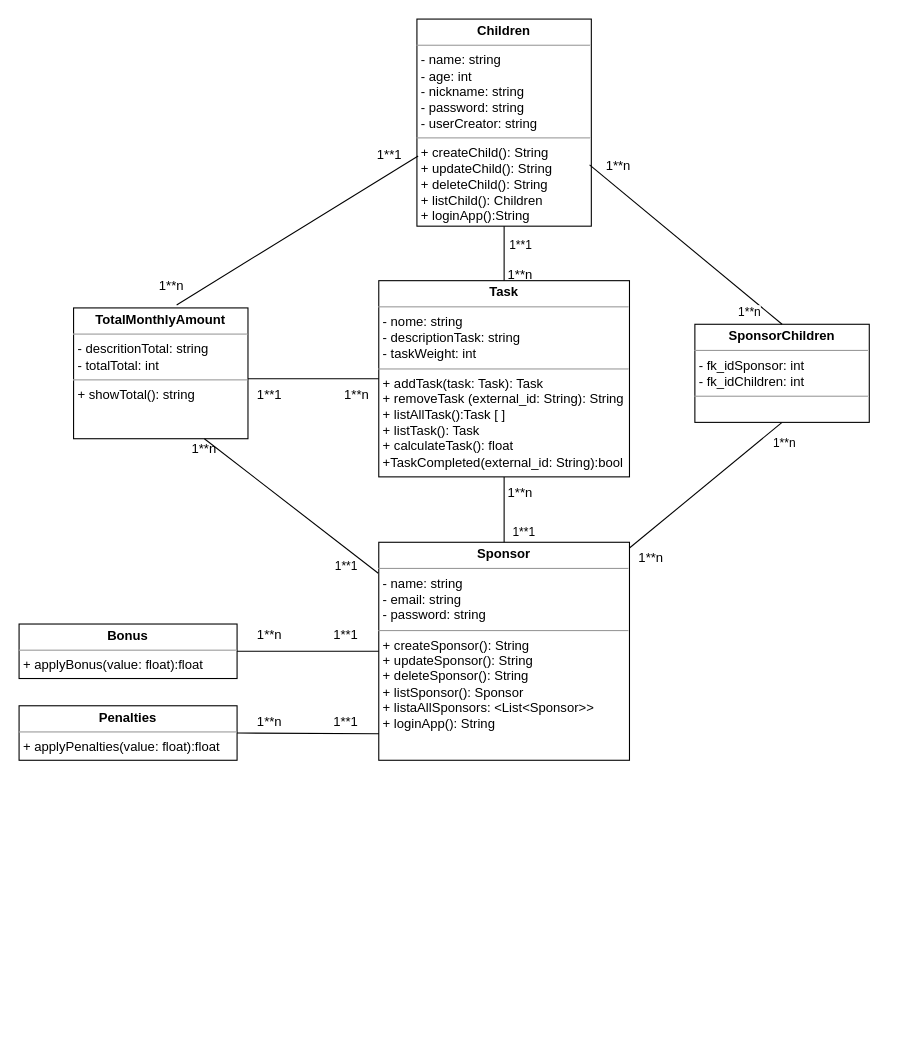
This is diagrama-de-classes/diagrama-de-classes.drawio from Matheus-Juliao/Projeto-Modelagem-De-Sistemas, a draw.io file, before an edit. Source tidied: cells renumbered, new cells numbered last; positions are measured from the earlier drawing's top-left corner, leaving out a move shared by most shapes. Both pictures are drawn from the tidied source at 109%, with x=0, y=0 at pixel (19, 19).
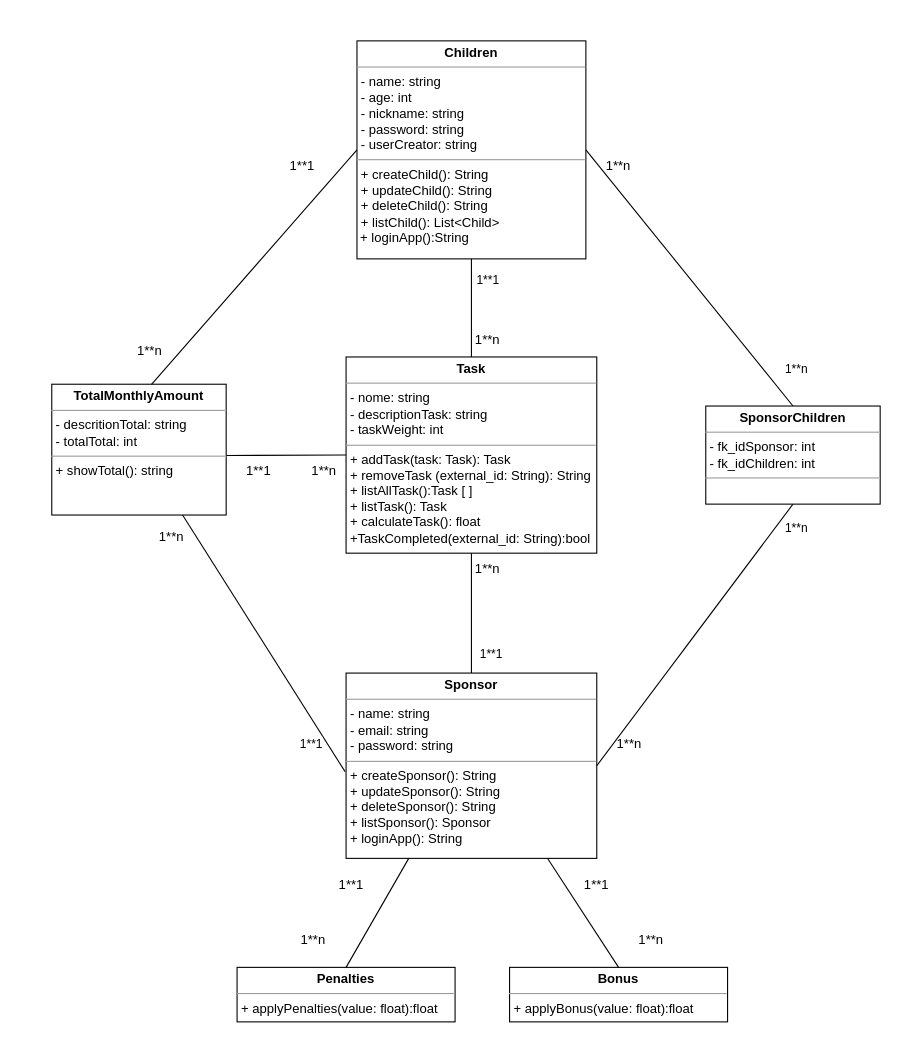
Above is the later version.

Commit message (it also covers changes not shown here):
Create Child methods

Change to the diagram source:
```diff
@@
-    <mxCell id="2" value="&lt;p style=&quot;margin:0px;margin-top:4px;text-align:center;&quot;&gt;&lt;b&gt;Sponsor&lt;/b&gt;&lt;/p&gt;&lt;hr size=&quot;1&quot;&gt;&lt;p style=&quot;margin:0px;margin-left:4px;&quot;&gt;&lt;span style=&quot;background-color: initial;&quot;&gt;- name: string&lt;/span&gt;&lt;br&gt;&lt;/p&gt;&lt;p style=&quot;margin:0px;margin-left:4px;&quot;&gt;- email: string&lt;/p&gt;&lt;p style=&quot;margin:0px;margin-left:4px;&quot;&gt;- password: string&lt;/p&gt;&lt;hr size=&quot;1&quot;&gt;&lt;p style=&quot;border-color: var(--border-color); margin: 0px 0px 0px 4px;&quot;&gt;+ createSponsor(): String&lt;/p&gt;&lt;p style=&quot;border-color: var(--border-color); margin: 0px 0px 0px 4px;&quot;&gt;+ updateSponsor(): String&lt;br style=&quot;border-color: var(--border-color);&quot;&gt;&lt;/p&gt;&lt;p style=&quot;border-color: var(--border-color); margin: 0px 0px 0px 4px;&quot;&gt;+ deleteSponsor(): String&lt;/p&gt;&lt;p style=&quot;border-color: var(--border-color); margin: 0px 0px 0px 4px;&quot;&gt;+ listSponsor(): Sponsor&lt;/p&gt;&lt;p style=&quot;border-color: var(--border-color); margin: 0px 0px 0px 4px;&quot;&gt;+ listaAllSponsors: &amp;lt;List&amp;lt;Sponsor&amp;gt;&amp;gt;&lt;/p&gt;&lt;p style=&quot;margin:0px;margin-left:4px;&quot;&gt;+ loginApp(): String&lt;/p&gt;" style="verticalAlign=top;align=left;overflow=fill;fontSize=12;fontFamily=Helvetica;html=1;whiteSpace=wrap;" parent="1" vertex="1">
-      <mxGeometry x="330" y="480" width="230" height="200" as="geometry" />
+    <mxCell id="2" value="&lt;p style=&quot;margin:0px;margin-top:4px;text-align:center;&quot;&gt;&lt;b&gt;Sponsor&lt;/b&gt;&lt;/p&gt;&lt;hr size=&quot;1&quot;&gt;&lt;p style=&quot;margin:0px;margin-left:4px;&quot;&gt;&lt;span style=&quot;background-color: initial;&quot;&gt;- name: string&lt;/span&gt;&lt;br&gt;&lt;/p&gt;&lt;p style=&quot;margin:0px;margin-left:4px;&quot;&gt;- email: string&lt;/p&gt;&lt;p style=&quot;margin:0px;margin-left:4px;&quot;&gt;- password: string&lt;/p&gt;&lt;hr size=&quot;1&quot;&gt;&lt;p style=&quot;border-color: var(--border-color); margin: 0px 0px 0px 4px;&quot;&gt;+ createSponsor(): String&lt;/p&gt;&lt;p style=&quot;border-color: var(--border-color); margin: 0px 0px 0px 4px;&quot;&gt;+ updateSponsor(): String&lt;br style=&quot;border-color: var(--border-color);&quot;&gt;&lt;/p&gt;&lt;p style=&quot;border-color: var(--border-color); margin: 0px 0px 0px 4px;&quot;&gt;+ deleteSponsor(): String&lt;/p&gt;&lt;p style=&quot;border-color: var(--border-color); margin: 0px 0px 0px 4px;&quot;&gt;+ listSponsor(): Sponsor&lt;/p&gt;&lt;p style=&quot;margin:0px;margin-left:4px;&quot;&gt;+ loginApp(): String&lt;/p&gt;" style="verticalAlign=top;align=left;overflow=fill;fontSize=12;fontFamily=Helvetica;html=1;whiteSpace=wrap;" parent="1" vertex="1">
+      <mxGeometry x="300" y="600" width="230" height="170" as="geometry" />
     </mxCell>
-    <mxCell id="3" value="&lt;p style=&quot;margin:0px;margin-top:4px;text-align:center;&quot;&gt;&lt;b&gt;Children&lt;/b&gt;&lt;/p&gt;&lt;hr size=&quot;1&quot;&gt;&lt;p style=&quot;margin:0px;margin-left:4px;&quot;&gt;&lt;span style=&quot;background-color: initial;&quot;&gt;- name: string&lt;/span&gt;&lt;br&gt;&lt;/p&gt;&lt;p style=&quot;margin:0px;margin-left:4px;&quot;&gt;- age: int&lt;/p&gt;&lt;p style=&quot;margin:0px;margin-left:4px;&quot;&gt;&lt;span style=&quot;background-color: initial;&quot;&gt;- nickname: string&lt;/span&gt;&lt;br&gt;&lt;/p&gt;&lt;p style=&quot;border-color: var(--border-color); margin: 0px 0px 0px 4px;&quot;&gt;- password: string&lt;/p&gt;&lt;p style=&quot;margin:0px;margin-left:4px;&quot;&gt;- userCreator: string&lt;/p&gt;&lt;hr size=&quot;1&quot;&gt;&lt;p style=&quot;margin:0px;margin-left:4px;&quot;&gt;+ createChild(): String&lt;/p&gt;&lt;p style=&quot;margin:0px;margin-left:4px;&quot;&gt;+ updateChild(): String&lt;br&gt;&lt;/p&gt;&lt;p style=&quot;margin:0px;margin-left:4px;&quot;&gt;+ deleteChild(): String&lt;/p&gt;&lt;p style=&quot;margin:0px;margin-left:4px;&quot;&gt;+ listChild(): Children&lt;/p&gt;&lt;p style=&quot;margin:0px;margin-left:4px;&quot;&gt;+ loginApp():String&lt;/p&gt;" style="verticalAlign=top;align=left;overflow=fill;fontSize=12;fontFamily=Helvetica;html=1;whiteSpace=wrap;" parent="1" vertex="1">
-      <mxGeometry x="365" width="160" height="190" as="geometry" />
+    <mxCell id="3" value="&lt;p style=&quot;margin:0px;margin-top:4px;text-align:center;&quot;&gt;&lt;b&gt;Children&lt;/b&gt;&lt;/p&gt;&lt;hr size=&quot;1&quot;&gt;&lt;p style=&quot;margin:0px;margin-left:4px;&quot;&gt;&lt;span style=&quot;background-color: initial;&quot;&gt;- name: string&lt;/span&gt;&lt;br&gt;&lt;/p&gt;&lt;p style=&quot;margin:0px;margin-left:4px;&quot;&gt;- age: int&lt;/p&gt;&lt;p style=&quot;margin:0px;margin-left:4px;&quot;&gt;&lt;span style=&quot;background-color: initial;&quot;&gt;- nickname: string&lt;/span&gt;&lt;br&gt;&lt;/p&gt;&lt;p style=&quot;border-color: var(--border-color); margin: 0px 0px 0px 4px;&quot;&gt;- password: string&lt;/p&gt;&lt;p style=&quot;margin:0px;margin-left:4px;&quot;&gt;- userCreator: string&lt;/p&gt;&lt;hr size=&quot;1&quot;&gt;&lt;p style=&quot;margin:0px;margin-left:4px;&quot;&gt;+ createChild(): String&lt;/p&gt;&lt;p style=&quot;margin:0px;margin-left:4px;&quot;&gt;+ updateChild(): String&lt;br&gt;&lt;/p&gt;&lt;p style=&quot;margin:0px;margin-left:4px;&quot;&gt;+ deleteChild(): String&lt;/p&gt;&lt;p style=&quot;margin:0px;margin-left:4px;&quot;&gt;+ listChild(): List&amp;lt;Child&amp;gt;&lt;/p&gt;&lt;span style=&quot;background-color: initial;&quot;&gt;&amp;nbsp;+ loginApp():String&lt;/span&gt;" style="verticalAlign=top;align=left;overflow=fill;fontSize=12;fontFamily=Helvetica;html=1;whiteSpace=wrap;" parent="1" vertex="1">
+      <mxGeometry x="310" y="20" width="210" height="200" as="geometry" />
     </mxCell>
     <mxCell id="4" value="&lt;p style=&quot;margin:0px;margin-top:4px;text-align:center;&quot;&gt;&lt;b&gt;Task&lt;/b&gt;&lt;/p&gt;&lt;hr size=&quot;1&quot;&gt;&lt;p style=&quot;margin:0px;margin-left:4px;&quot;&gt;- nome: string&lt;/p&gt;&lt;p style=&quot;margin:0px;margin-left:4px;&quot;&gt;- descriptionTask: string&lt;span style=&quot;background-color: initial;&quot;&gt;&lt;br&gt;&lt;/span&gt;&lt;/p&gt;&lt;p style=&quot;margin:0px;margin-left:4px;&quot;&gt;&lt;span style=&quot;background-color: initial;&quot;&gt;- taskWeight: int&lt;/span&gt;&lt;/p&gt;&lt;hr style=&quot;border-color: var(--border-color);&quot; size=&quot;1&quot;&gt;&lt;p style=&quot;border-color: var(--border-color); margin: 0px 0px 0px 4px;&quot;&gt;+ addTask(task: Task): Task&lt;/p&gt;&lt;p style=&quot;border-color: var(--border-color); margin: 0px 0px 0px 4px;&quot;&gt;+ removeTask (external_id: String): String&lt;/p&gt;&lt;p style=&quot;border-color: var(--border-color); margin: 0px 0px 0px 4px;&quot;&gt;+ listAllTask():Task [ ]&lt;/p&gt;&lt;p style=&quot;border-color: var(--border-color); margin: 0px 0px 0px 4px;&quot;&gt;+ listTask(): Task&lt;/p&gt;&lt;p style=&quot;border-color: var(--border-color); margin: 0px 0px 0px 4px;&quot;&gt;+ calculateTask(): float&lt;br&gt;&lt;/p&gt;&lt;p style=&quot;border-color: var(--border-color); margin: 0px 0px 0px 4px;&quot;&gt;+TaskCompleted(external_id: String):bool&lt;/p&gt;" style="verticalAlign=top;align=left;overflow=fill;fontSize=12;fontFamily=Helvetica;html=1;whiteSpace=wrap;" parent="1" vertex="1">
-      <mxGeometry x="330" y="240" width="230" height="180" as="geometry" />
+      <mxGeometry x="300" y="310" width="230" height="180" as="geometry" />
     </mxCell>
     <mxCell id="5" value="&lt;p style=&quot;margin:0px;margin-top:4px;text-align:center;&quot;&gt;&lt;b&gt;TotalMonthlyAmount&lt;/b&gt;&lt;br&gt;&lt;/p&gt;&lt;hr size=&quot;1&quot;&gt;&lt;p style=&quot;margin:0px;margin-left:4px;&quot;&gt;&lt;span style=&quot;background-color: initial;&quot;&gt;- descritionTotal: string&lt;/span&gt;&lt;br&gt;&lt;/p&gt;&lt;p style=&quot;margin:0px;margin-left:4px;&quot;&gt;- totalTotal: int&lt;/p&gt;&lt;hr size=&quot;1&quot;&gt;&lt;p style=&quot;margin:0px;margin-left:4px;&quot;&gt;+ showTotal(): string&lt;/p&gt;&lt;p style=&quot;margin:0px;margin-left:4px;&quot;&gt;&lt;br&gt;&lt;/p&gt;" style="verticalAlign=top;align=left;overflow=fill;fontSize=12;fontFamily=Helvetica;html=1;whiteSpace=wrap;" parent="1" vertex="1">
-      <mxGeometry x="50" y="265" width="160" height="120" as="geometry" />
+      <mxGeometry x="30" y="335" width="160" height="120" as="geometry" />
     </mxCell>
     <mxCell id="6" value="&lt;p style=&quot;border-color: var(--border-color); margin: 4px 0px 0px; text-align: center;&quot;&gt;&lt;b style=&quot;border-color: var(--border-color);&quot;&gt;Bonus&lt;/b&gt;&lt;/p&gt;&lt;hr style=&quot;border-color: var(--border-color);&quot; size=&quot;1&quot;&gt;&lt;p style=&quot;border-color: var(--border-color); margin: 0px 0px 0px 4px;&quot;&gt;+ applyBonus(value: float):float&lt;/p&gt;&lt;p style=&quot;border-color: var(--border-color); margin: 0px 0px 0px 4px;&quot;&gt;&lt;br style=&quot;border-color: var(--border-color);&quot;&gt;&lt;/p&gt;" style="verticalAlign=top;align=left;overflow=fill;fontSize=12;fontFamily=Helvetica;html=1;whiteSpace=wrap;" parent="1" vertex="1">
-      <mxGeometry y="555" width="200" height="50" as="geometry" />
+      <mxGeometry x="450" y="870" width="200" height="50" as="geometry" />
     </mxCell>
     <mxCell id="7" value="&lt;p style=&quot;margin:0px;margin-top:4px;text-align:center;&quot;&gt;&lt;b&gt;Penalties&lt;/b&gt;&lt;br&gt;&lt;/p&gt;&lt;hr size=&quot;1&quot;&gt;&lt;p style=&quot;margin:0px;margin-left:4px;&quot;&gt;&lt;/p&gt;&lt;p style=&quot;margin:0px;margin-left:4px;&quot;&gt;+ apply&lt;span style=&quot;border-color: var(--border-color); text-align: center;&quot;&gt;Penalties&lt;/span&gt;(value: float):float&lt;/p&gt;&lt;p style=&quot;margin:0px;margin-left:4px;&quot;&gt;&lt;br&gt;&lt;/p&gt;" style="verticalAlign=top;align=left;overflow=fill;fontSize=12;fontFamily=Helvetica;html=1;whiteSpace=wrap;" parent="1" vertex="1">
-      <mxGeometry y="630" width="200" height="50" as="geometry" />
+      <mxGeometry x="200" y="870" width="200" height="50" as="geometry" />
     </mxCell>
-    <mxCell id="8" value="1**n" style="endArrow=none;html=1;rounded=0;exitX=0.5;exitY=1;exitDx=0;exitDy=0;" parent="1" edge="1" source="9" target="2">
+    <mxCell id="8" value="1**n" style="endArrow=none;html=1;rounded=0;exitX=0.5;exitY=1;exitDx=0;exitDy=0;entryX=1;entryY=0.5;entryDx=0;entryDy=0;" parent="1" edge="1" source="9" target="2">
       <mxGeometry x="-0.89" y="16" relative="1" as="geometry" />
     </mxCell>
     <mxCell id="9" value="&lt;p style=&quot;margin:0px;margin-top:4px;text-align:center;&quot;&gt;&lt;b&gt;SponsorChildren&lt;/b&gt;&lt;/p&gt;&lt;hr size=&quot;1&quot;&gt;&lt;p style=&quot;margin:0px;margin-left:4px;&quot;&gt;&lt;span style=&quot;background-color: initial;&quot;&gt;- fk_idSponsor: int&lt;/span&gt;&lt;br&gt;&lt;/p&gt;&lt;p style=&quot;margin:0px;margin-left:4px;&quot;&gt;- fk_idChildren: int&lt;/p&gt;&lt;hr size=&quot;1&quot;&gt;&lt;p style=&quot;margin:0px;margin-left:4px;&quot;&gt;&lt;br&gt;&lt;/p&gt;" style="verticalAlign=top;align=left;overflow=fill;fontSize=12;fontFamily=Helvetica;html=1;whiteSpace=wrap;" parent="1" vertex="1">
-      <mxGeometry x="620" y="280" width="160" height="90" as="geometry" />
+      <mxGeometry x="630" y="355" width="160" height="90" as="geometry" />
     </mxCell>
-    <mxCell id="10" value="1**n" style="endArrow=none;html=1;rounded=0;entryX=0.5;entryY=0;entryDx=0;entryDy=0;exitX=0.99;exitY=0.704;exitDx=0;exitDy=0;exitPerimeter=0;" parent="1" edge="1" source="3" target="9">
-      <mxGeometry x="0.74" y="-11" relative="1" as="geometry" />
+    <mxCell id="10" value="1**n" style="endArrow=none;html=1;rounded=0;entryX=0.5;entryY=0;entryDx=0;entryDy=0;exitX=1;exitY=0.5;exitDx=0;exitDy=0;" parent="1" edge="1" source="3" target="9">
+      <mxGeometry x="0.84" y="24" relative="1" as="geometry" />
     </mxCell>
     <mxCell id="11" value="1**1" style="endArrow=none;html=1;rounded=0;entryX=0.5;entryY=1;entryDx=0;entryDy=0;exitX=0.5;exitY=0;exitDx=0;exitDy=0;" parent="1" edge="1" source="4" target="3">
-      <mxGeometry x="0.33" y="-15" relative="1" as="geometry" />
+      <mxGeometry x="0.56" y="-15" relative="1" as="geometry" />
     </mxCell>
-    <mxCell id="12" value="1**1" style="endArrow=none;html=1;rounded=0;entryX=0.75;entryY=1;entryDx=0;entryDy=0;exitX=-0.002;exitY=0.142;exitDx=0;exitDy=0;exitPerimeter=0;" parent="1" edge="1" source="2" target="5">
+    <mxCell id="12" value="1**1" style="endArrow=none;html=1;rounded=0;entryX=0.75;entryY=1;entryDx=0;entryDy=0;exitX=-0.004;exitY=0.532;exitDx=0;exitDy=0;exitPerimeter=0;" parent="1" edge="1" source="2" target="5">
       <mxGeometry x="-0.73" y="13" relative="1" as="geometry" />
     </mxCell>
@@
     <mxCell id="14" value="1**n" style="text;html=1;strokeColor=none;fillColor=none;align=center;verticalAlign=middle;whiteSpace=wrap;rounded=0;" parent="1" vertex="1">
-      <mxGeometry x="430" y="220" width="60" height="30" as="geometry" />
+      <mxGeometry x="400" y="280" width="60" height="30" as="geometry" />
     </mxCell>
     <mxCell id="15" value="1**n" style="text;html=1;strokeColor=none;fillColor=none;align=center;verticalAlign=middle;whiteSpace=wrap;rounded=0;" parent="1" vertex="1">
-      <mxGeometry x="140" y="380" width="60" height="30" as="geometry" />
+      <mxGeometry x="110" y="460" width="60" height="30" as="geometry" />
     </mxCell>
     <mxCell id="16" value="1**n" style="text;html=1;strokeColor=none;fillColor=none;align=center;verticalAlign=middle;whiteSpace=wrap;rounded=0;" parent="1" vertex="1">
-      <mxGeometry x="430" y="420" width="60" height="30" as="geometry" />
+      <mxGeometry x="400" y="490" width="60" height="30" as="geometry" />
     </mxCell>
-    <mxCell id="17" style="endArrow=none;html=1;rounded=0;entryX=0;entryY=0.5;entryDx=0;entryDy=0;" parent="1" edge="1" target="4">
-      <mxGeometry relative="1" as="geometry">
-        <mxPoint x="210" y="330" as="sourcePoint" />
-      </mxGeometry>
+    <mxCell id="17" style="endArrow=none;html=1;rounded=0;entryX=0;entryY=0.5;entryDx=0;entryDy=0;exitX=1.002;exitY=0.545;exitDx=0;exitDy=0;exitPerimeter=0;" parent="1" edge="1" source="5" target="4">
+      <mxGeometry relative="1" as="geometry" />
     </mxCell>
@@
     <mxCell id="19" value="1**n" style="text;html=1;strokeColor=none;fillColor=none;align=center;verticalAlign=middle;whiteSpace=wrap;rounded=0;" parent="1" vertex="1">
-      <mxGeometry x="550" y="480" width="60" height="30" as="geometry" />
+      <mxGeometry x="530" y="650" width="60" height="30" as="geometry" />
     </mxCell>
     <mxCell id="20" value="1**1" style="text;html=1;strokeColor=none;fillColor=none;align=center;verticalAlign=middle;whiteSpace=wrap;rounded=0;" parent="1" vertex="1">
-      <mxGeometry x="200" y="330" width="60" height="30" as="geometry" />
+      <mxGeometry x="190" y="400" width="60" height="30" as="geometry" />
     </mxCell>
     <mxCell id="21" value="1**n" style="text;html=1;strokeColor=none;fillColor=none;align=center;verticalAlign=middle;whiteSpace=wrap;rounded=0;" parent="1" vertex="1">
-      <mxGeometry x="280" y="330" width="60" height="30" as="geometry" />
+      <mxGeometry x="250" y="400" width="60" height="30" as="geometry" />
     </mxCell>
-    <mxCell id="22" style="endArrow=none;html=1;rounded=0;entryX=1;entryY=0.5;entryDx=0;entryDy=0;exitX=0.001;exitY=0.878;exitDx=0;exitDy=0;exitPerimeter=0;" parent="1" edge="1" source="2" target="7">
+    <mxCell id="22" style="endArrow=none;html=1;rounded=0;entryX=0.5;entryY=0;entryDx=0;entryDy=0;exitX=0.25;exitY=1;exitDx=0;exitDy=0;" parent="1" edge="1" source="2" target="7">
       <mxGeometry relative="1" as="geometry" />
     </mxCell>
-    <mxCell id="23" style="endArrow=none;html=1;rounded=0;exitX=0;exitY=0.5;exitDx=0;exitDy=0;entryX=1;entryY=0.5;entryDx=0;entryDy=0;" parent="1" edge="1" source="2" target="6">
+    <mxCell id="23" style="endArrow=none;html=1;rounded=0;entryX=0.5;entryY=0;entryDx=0;entryDy=0;exitX=0.804;exitY=1.001;exitDx=0;exitDy=0;exitPerimeter=0;" parent="1" edge="1" source="2" target="6">
       <mxGeometry relative="1" as="geometry" />
     </mxCell>
     <mxCell id="24" value="1**n" style="text;html=1;strokeColor=none;fillColor=none;align=center;verticalAlign=middle;whiteSpace=wrap;rounded=0;" parent="1" vertex="1">
-      <mxGeometry x="200" y="550" width="60" height="30" as="geometry" />
+      <mxGeometry x="550" y="830" width="60" height="30" as="geometry" />
     </mxCell>
     <mxCell id="25" value="1**1" style="text;html=1;strokeColor=none;fillColor=none;align=center;verticalAlign=middle;whiteSpace=wrap;rounded=0;" parent="1" vertex="1">
-      <mxGeometry x="270" y="550" width="60" height="30" as="geometry" />
+      <mxGeometry x="500" y="780" width="60" height="30" as="geometry" />
     </mxCell>
     <mxCell id="26" value="1**n" style="text;html=1;strokeColor=none;fillColor=none;align=center;verticalAlign=middle;whiteSpace=wrap;rounded=0;" parent="1" vertex="1">
-      <mxGeometry x="200" y="630" width="60" height="30" as="geometry" />
+      <mxGeometry x="240" y="830" width="60" height="30" as="geometry" />
     </mxCell>
     <mxCell id="27" value="1**1" style="text;html=1;strokeColor=none;fillColor=none;align=center;verticalAlign=middle;whiteSpace=wrap;rounded=0;" parent="1" vertex="1">
-      <mxGeometry x="270" y="630" width="60" height="30" as="geometry" />
+      <mxGeometry x="275" y="780" width="60" height="30" as="geometry" />
     </mxCell>
-    <mxCell id="28" style="endArrow=none;html=1;rounded=0;exitX=0.007;exitY=0.661;exitDx=0;exitDy=0;entryX=0.591;entryY=-0.023;entryDx=0;entryDy=0;exitPerimeter=0;entryPerimeter=0;" parent="1" edge="1" source="3" target="5">
+    <mxCell id="28" style="endArrow=none;html=1;rounded=0;exitX=0;exitY=0.5;exitDx=0;exitDy=0;entryX=0.572;entryY=0.001;entryDx=0;entryDy=0;entryPerimeter=0;" parent="1" edge="1" source="3" target="5">
       <mxGeometry x="-0.69" y="-5" relative="1" as="geometry">
         <mxPoint x="1" as="offset" />
       </mxGeometry>
     </mxCell>
     <mxCell id="29" value="1**1" style="text;html=1;strokeColor=none;fillColor=none;align=center;verticalAlign=middle;whiteSpace=wrap;rounded=0;" parent="1" vertex="1">
-      <mxGeometry x="310" y="110" width="60" height="30" as="geometry" />
+      <mxGeometry x="230" y="120" width="60" height="30" as="geometry" />
     </mxCell>
     <mxCell id="30" value="1**n" style="text;html=1;strokeColor=none;fillColor=none;align=center;verticalAlign=middle;whiteSpace=wrap;rounded=0;" parent="1" vertex="1">
-      <mxGeometry x="110" y="230" width="60" height="30" as="geometry" />
+      <mxGeometry x="90" y="290" width="60" height="30" as="geometry" />
     </mxCell>
```
